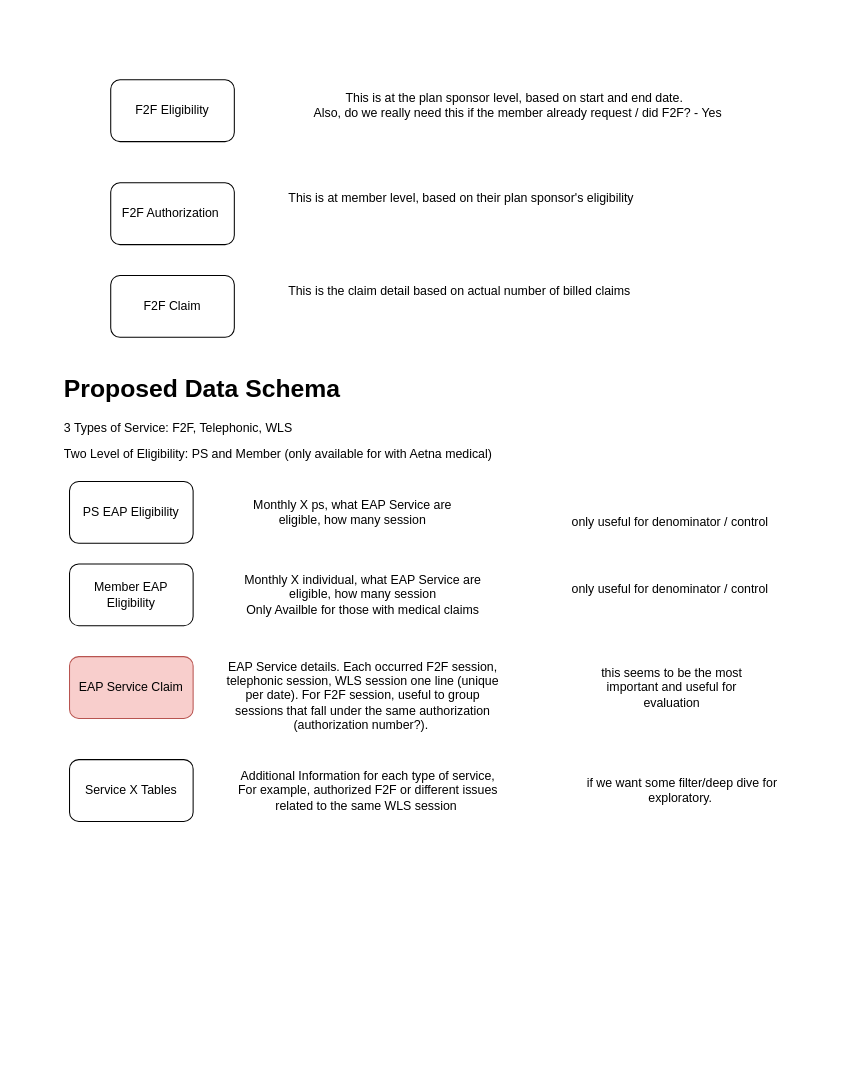
Above: rfl.drawio in miaow27/miaow27 (draw.io), before the change. Source tidied: cells renumbered, new cells numbered last; positions are measured from the earlier drawing's top-left corner, leaving out a move shared by most shapes. Both pictures are drawn from the tidied source at 103%, with x=0, y=0 at pixel (59, 79).
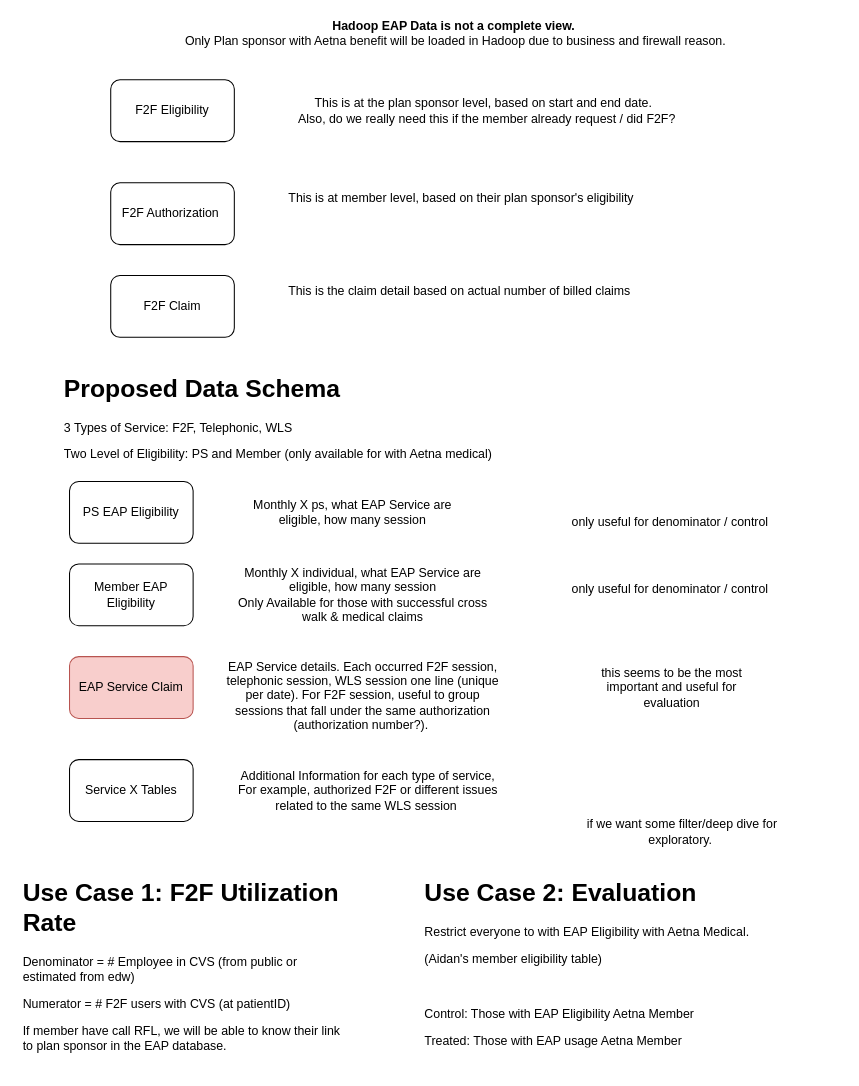
The same page after the edit.

What changed in the source:
```diff
@@
-    <mxCell id="5" value="This is at the plan sponsor level, based on start and end date.&amp;nbsp;&amp;nbsp;&lt;br&gt;Also, do we really need this if the member already request / did F2F? - Yes" style="text;html=1;align=center;verticalAlign=middle;strokeColor=none;fillColor=none;" parent="1" vertex="1">
-      <mxGeometry x="235" y="5" width="420" height="40" as="geometry" />
+    <mxCell id="5" value="This is at the plan sponsor level, based on start and end date.&amp;nbsp;&amp;nbsp;&lt;br&gt;Also, do we really need this if the member already request / did F2F?" style="text;html=1;align=center;verticalAlign=middle;strokeColor=none;fillColor=none;" parent="1" vertex="1">
+      <mxGeometry x="220" y="10" width="390" height="40" as="geometry" />
     </mxCell>
@@
-    <mxCell id="14" value="Monthly X individual, what EAP Service are eligible, how many session&lt;br&gt;Only Availble for those with medical claims" style="text;html=1;strokeColor=none;fillColor=none;align=center;verticalAlign=middle;whiteSpace=wrap;rounded=0;" parent="1" vertex="1">
+    <mxCell id="14" value="Monthly X individual, what EAP Service are eligible, how many session&lt;br&gt;Only Available for those with successful cross walk &amp;amp; medical claims" style="text;html=1;strokeColor=none;fillColor=none;align=center;verticalAlign=middle;whiteSpace=wrap;rounded=0;" parent="1" vertex="1">
       <mxGeometry x="160" y="485" width="270" height="30" as="geometry" />
     </mxCell>
@@
     <mxCell id="20" value="if we want some filter/deep dive for exploratory.&amp;nbsp;&lt;br&gt;" style="text;html=1;strokeColor=none;fillColor=none;align=center;verticalAlign=middle;whiteSpace=wrap;rounded=0;" parent="1" vertex="1">
-      <mxGeometry x="480" y="675" width="250" height="30" as="geometry" />
+      <mxGeometry x="480" y="715" width="250" height="30" as="geometry" />
     </mxCell>
+    <mxCell id="21" value="&lt;b&gt;Hadoop EAP Data is not a complete view.&amp;nbsp;&lt;/b&gt;&lt;br&gt;Only Plan sponsor with Aetna benefit will be loaded in Hadoop due to business and firewall reason." style="text;html=1;strokeColor=none;fillColor=none;align=center;verticalAlign=middle;whiteSpace=wrap;rounded=0;" parent="1" vertex="1">
+      <mxGeometry x="60" y="-60" width="650" height="30" as="geometry" />
+    </mxCell>
+    <mxCell id="22" value="&lt;h1&gt;Use Case 1: F2F Utilization Rate&lt;/h1&gt;&lt;p&gt;Denominator = # Employee in CVS (from public or estimated from edw)&lt;/p&gt;&lt;p&gt;Numerator = # F2F users with CVS (at patientID)&lt;/p&gt;&lt;p&gt;If member have call RFL, we will be able to know their link to plan sponsor in the EAP database.&amp;nbsp;&lt;/p&gt;&lt;p&gt;&lt;br&gt;&lt;/p&gt;" style="text;html=1;strokeColor=none;fillColor=none;spacing=5;spacingTop=-20;whiteSpace=wrap;overflow=hidden;rounded=0;" parent="1" vertex="1">
+      <mxGeometry x="-40" y="770" width="320" height="190" as="geometry" />
+    </mxCell>
+    <mxCell id="23" value="&lt;h1&gt;Use Case 2: Evaluation&amp;nbsp;&lt;/h1&gt;&lt;p&gt;Restrict everyone to with EAP Eligibility with Aetna Medical.&amp;nbsp;&lt;/p&gt;(Aidan's member eligibility table)&lt;p&gt;&lt;br&gt;&lt;/p&gt;&lt;p&gt;Control: Those with EAP Eligibility Aetna Member&amp;nbsp;&lt;/p&gt;&lt;p&gt;Treated: Those with EAP usage Aetna Member&amp;nbsp;&lt;/p&gt;&lt;p&gt;&lt;br&gt;&lt;/p&gt;" style="text;html=1;strokeColor=none;fillColor=none;spacing=5;spacingTop=-20;whiteSpace=wrap;overflow=hidden;rounded=0;" parent="1" vertex="1">
+      <mxGeometry x="350" y="770" width="410" height="170" as="geometry" />
+    </mxCell>
```
